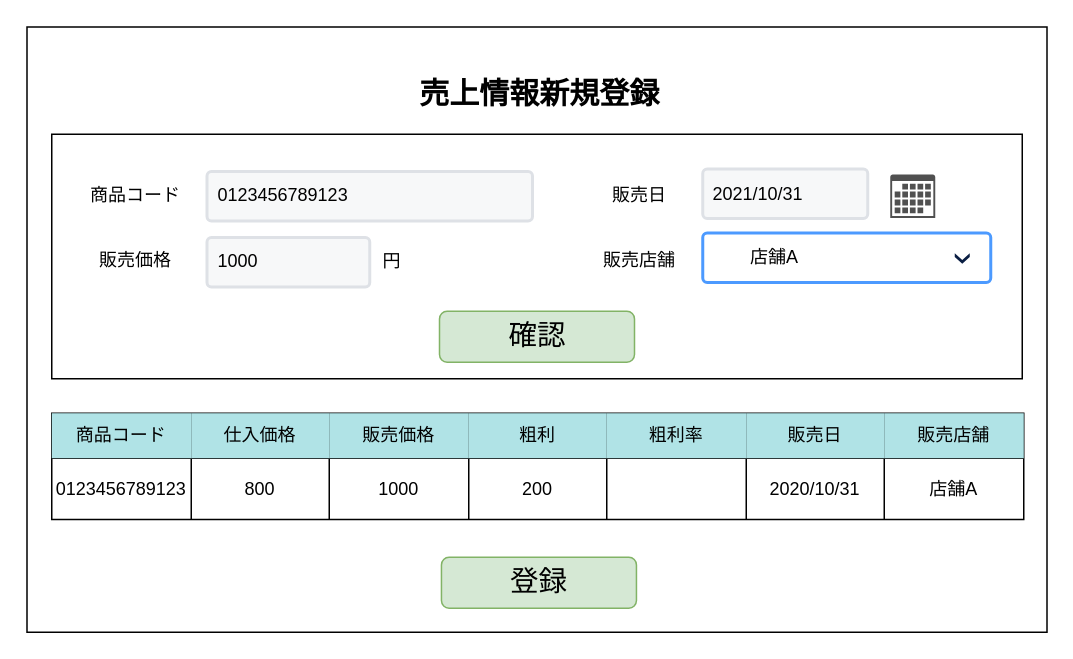
This is 各種設計書/6.画面設計書/売上情報新規登録.drawio from HaruShim/Sotuken, a draw.io file, before an edit. Source tidied: cells renumbered, new cells numbered last; positions are measured from the earlier drawing's top-left corner, leaving out a move shared by most shapes. Both pictures are drawn from the tidied source at 150%, with x=0, y=0 at pixel (26, 26).
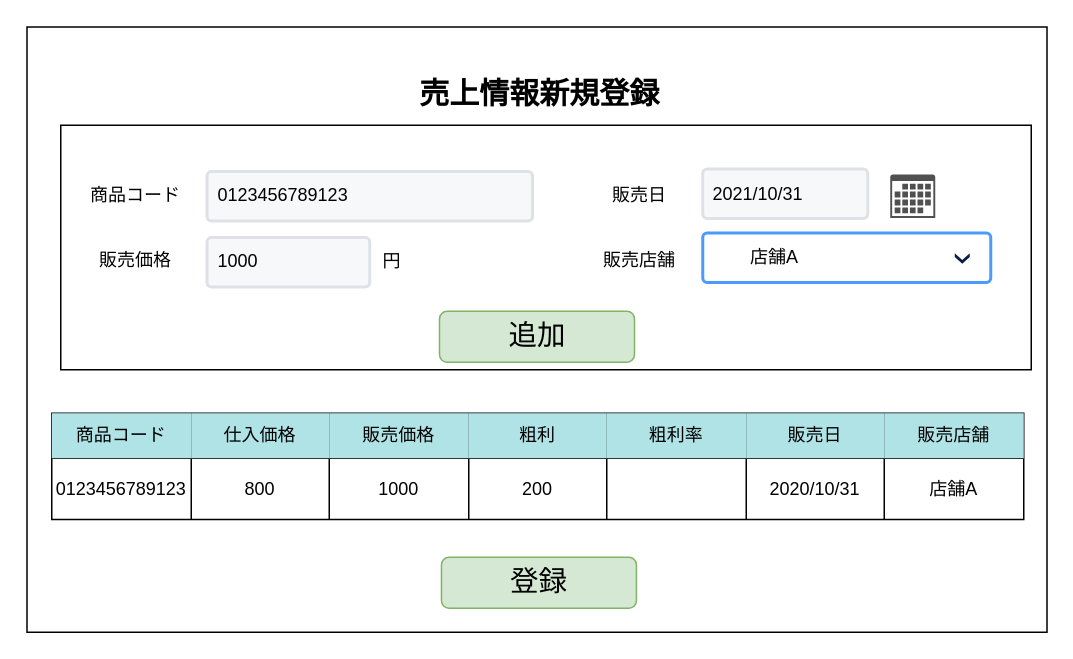
The same diagram, later.

Diff of the diagram source:
```diff
@@
     <mxCell id="3" style="rounded=0;whiteSpace=wrap;html=1;" parent="1" vertex="1">
-      <mxGeometry x="17" y="72" width="647" height="163" as="geometry" />
+      <mxGeometry x="23" y="66" width="647" height="163" as="geometry" />
     </mxCell>
@@
-    <mxCell id="31" value="&lt;span style=&quot;font-size: 19px&quot;&gt;確認&lt;/span&gt;" style="rounded=1;whiteSpace=wrap;html=1;align=center;labelBackgroundColor=none;fillColor=#d5e8d4;strokeColor=#82b366;" parent="1" vertex="1">
+    <mxCell id="31" value="&lt;span style=&quot;font-size: 19px&quot;&gt;追加&lt;/span&gt;" style="rounded=1;whiteSpace=wrap;html=1;align=center;labelBackgroundColor=none;fillColor=#d5e8d4;strokeColor=#82b366;" parent="1" vertex="1">
       <mxGeometry x="275.5" y="190" width="130" height="34" as="geometry" />
     </mxCell>
```
